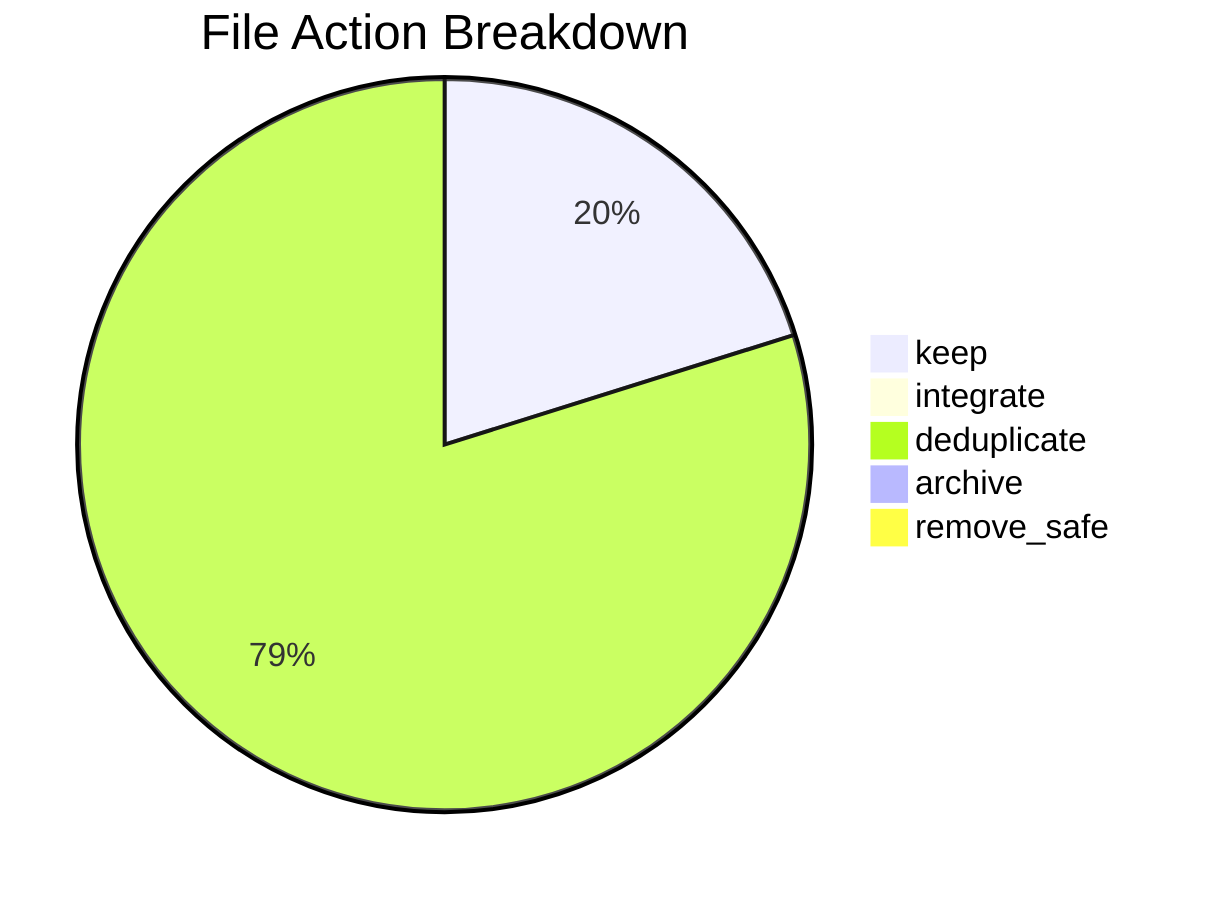
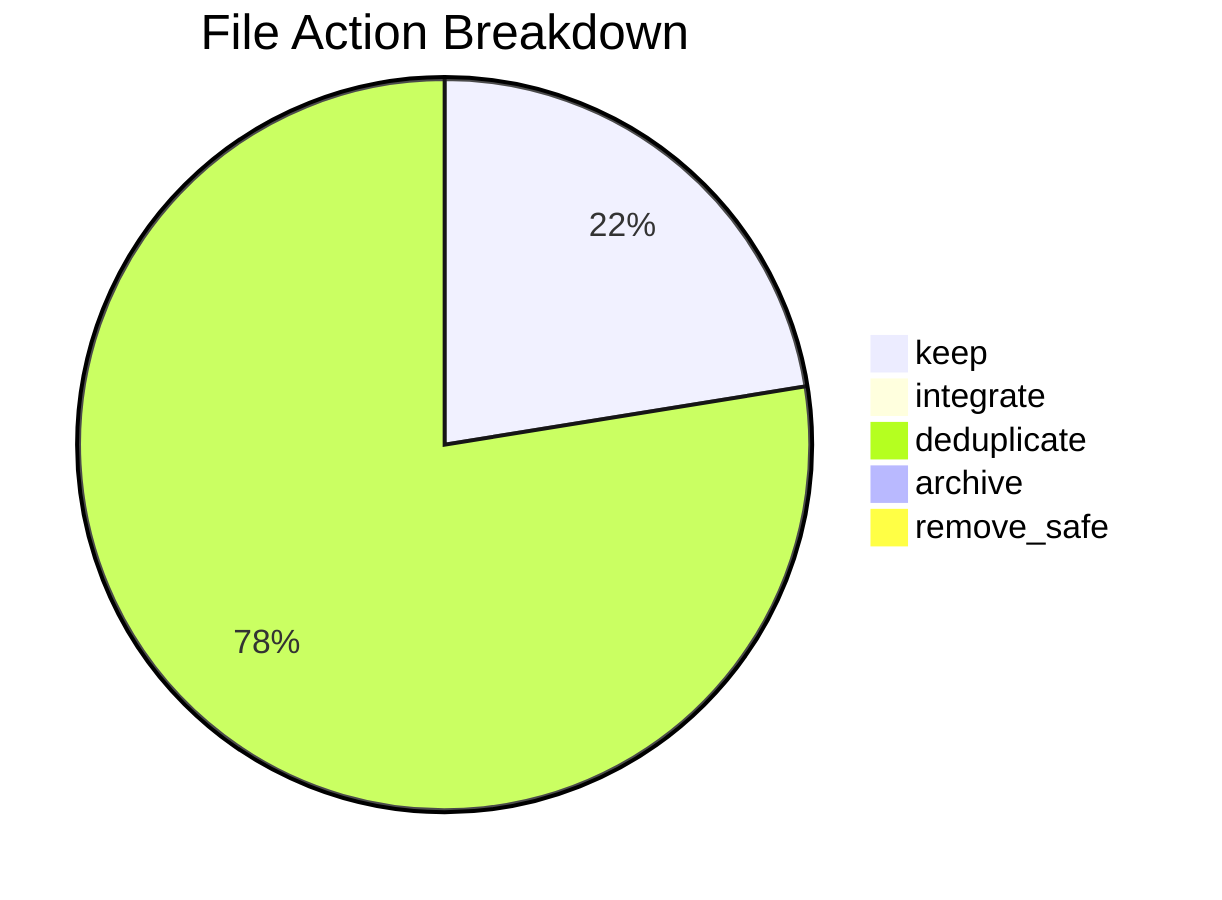
pie title File Action Breakdown
-   "keep" : 125
-   "integrate" : 3
-   "deduplicate" : 495
+   "keep" : 141
+   "integrate" : 0
+   "deduplicate" : 487
  "archive" : 0
  "remove_safe" : 0
